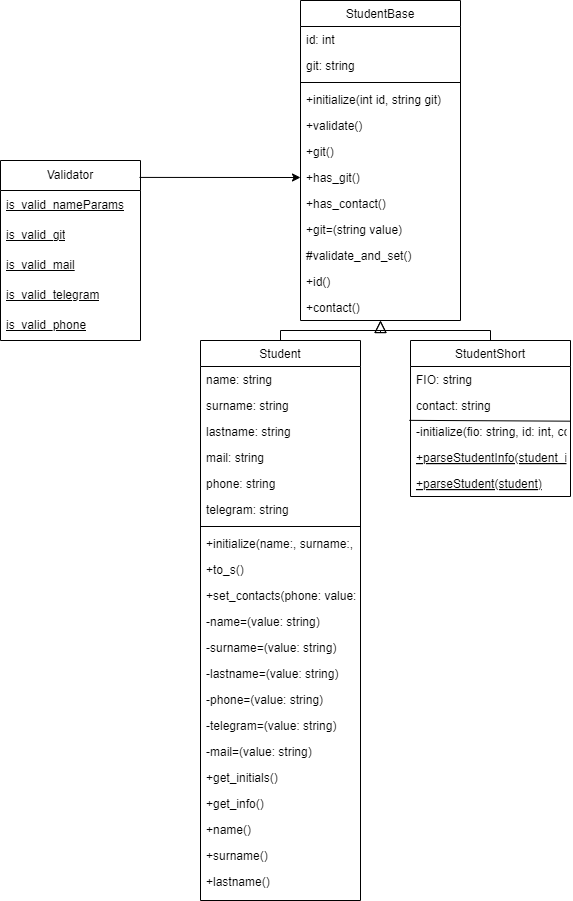
This is classDiagramm.png from MxVndI/Design-Patterns, a draw.io export, as it was before one commit. Source tidied: cells renumbered, new cells last; positions are measured from the earlier drawing's top-left corner, leaving out a move shared by most shapes.
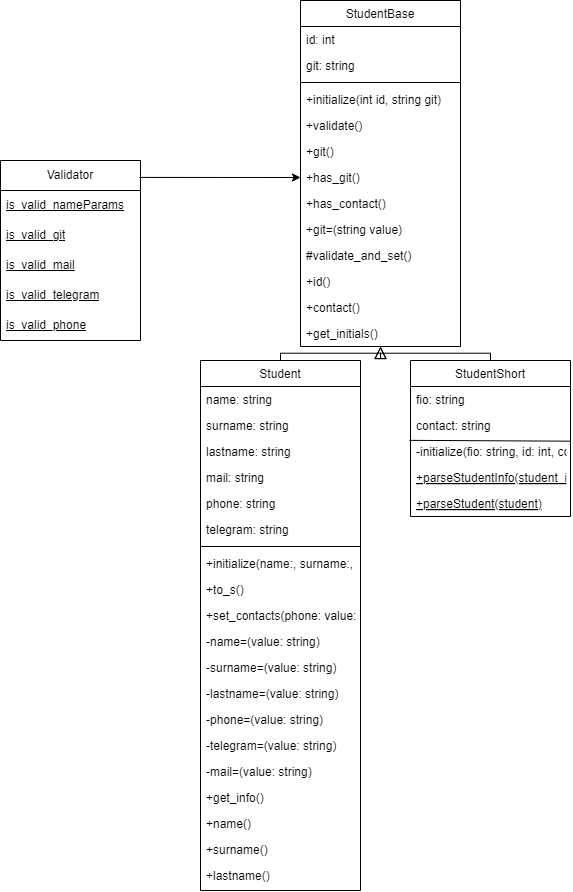
The same diagram one commit later.

Commit message:
lab 2 task11 upd diagramm

Change to the diagram source:
```diff
@@ -3,7 +3,7 @@
     <mxCell id="0" />
     <mxCell id="1" parent="0" />
     <mxCell id="2" value="StudentBase" style="swimlane;fontStyle=0;align=center;verticalAlign=top;horizontal=1;startSize=26;rounded=0;shadow=0;strokeWidth=1;" parent="1" vertex="1">
-      <mxGeometry x="300" width="160" height="320" as="geometry" />
+      <mxGeometry x="300" y="-20" width="160" height="346" as="geometry" />
     </mxCell>
     <mxCell id="3" value="id: int&#10;" style="text;align=left;verticalAlign=top;spacingLeft=4;spacingRight=4;overflow=hidden;" parent="2" vertex="1">
       <mxGeometry y="26" width="160" height="26" as="geometry" />
@@ -41,8 +41,11 @@
     <mxCell id="14" value="+contact()" style="text;align=left;verticalAlign=top;spacingLeft=4;spacingRight=4;overflow=hidden;" parent="2" vertex="1">
       <mxGeometry y="294" width="160" height="26" as="geometry" />
     </mxCell>
+    <mxCell id="32" value="+get_initials()" style="text;align=left;verticalAlign=top;spacingLeft=4;spacingRight=4;overflow=hidden;" parent="2" vertex="1">
+      <mxGeometry y="320" width="160" height="26" as="geometry" />
+    </mxCell>
     <mxCell id="15" value="Student" style="swimlane;fontStyle=0;align=center;verticalAlign=top;horizontal=1;startSize=26;rounded=0;shadow=0;strokeWidth=1;" parent="1" vertex="1">
-      <mxGeometry x="200" y="340" width="160" height="560" as="geometry" />
+      <mxGeometry x="200" y="340" width="160" height="530" as="geometry" />
     </mxCell>
     <mxCell id="16" value="name: string" style="text;align=left;verticalAlign=top;spacingLeft=4;spacingRight=4;overflow=hidden;" parent="15" vertex="1">
       <mxGeometry y="26" width="160" height="26" as="geometry" />
@@ -92,20 +95,17 @@
     <mxCell id="31" value="-mail=(value: string)" style="text;align=left;verticalAlign=top;spacingLeft=4;spacingRight=4;overflow=hidden;" parent="15" vertex="1">
       <mxGeometry y="398" width="160" height="26" as="geometry" />
     </mxCell>
-    <mxCell id="32" value="+get_initials()" style="text;align=left;verticalAlign=top;spacingLeft=4;spacingRight=4;overflow=hidden;" parent="15" vertex="1">
-      <mxGeometry y="424" width="160" height="26" as="geometry" />
-    </mxCell>
     <mxCell id="33" value="+get_info()" style="text;align=left;verticalAlign=top;spacingLeft=4;spacingRight=4;overflow=hidden;" parent="15" vertex="1">
-      <mxGeometry y="450" width="160" height="26" as="geometry" />
+      <mxGeometry y="424" width="160" height="26" as="geometry" />
     </mxCell>
     <mxCell id="34" value="+name()" style="text;align=left;verticalAlign=top;spacingLeft=4;spacingRight=4;overflow=hidden;" parent="15" vertex="1">
-      <mxGeometry y="476" width="160" height="26" as="geometry" />
+      <mxGeometry y="450" width="160" height="26" as="geometry" />
     </mxCell>
     <mxCell id="35" value="+surname()" style="text;align=left;verticalAlign=top;spacingLeft=4;spacingRight=4;overflow=hidden;" parent="15" vertex="1">
-      <mxGeometry y="502" width="160" height="26" as="geometry" />
+      <mxGeometry y="476" width="160" height="26" as="geometry" />
     </mxCell>
     <mxCell id="36" value="+lastname()" style="text;align=left;verticalAlign=top;spacingLeft=4;spacingRight=4;overflow=hidden;" parent="15" vertex="1">
-      <mxGeometry y="528" width="160" height="26" as="geometry" />
+      <mxGeometry y="502" width="160" height="26" as="geometry" />
     </mxCell>
     <mxCell id="37" style="endArrow=block;endSize=10;endFill=0;shadow=0;strokeWidth=1;rounded=0;curved=0;edgeStyle=elbowEdgeStyle;elbow=vertical;" parent="1" edge="1" source="15" target="2">
       <mxGeometry relative="1" as="geometry" />
@@ -113,7 +113,7 @@
     <mxCell id="38" value="StudentShort" style="swimlane;fontStyle=0;align=center;verticalAlign=top;horizontal=1;startSize=26;rounded=0;shadow=0;strokeWidth=1;" parent="1" vertex="1">
       <mxGeometry x="410" y="340" width="160" height="156" as="geometry" />
     </mxCell>
-    <mxCell id="39" value="FIO: string" style="text;align=left;verticalAlign=top;spacingLeft=4;spacingRight=4;overflow=hidden;" parent="38" vertex="1">
+    <mxCell id="39" value="fio: string" style="text;align=left;verticalAlign=top;spacingLeft=4;spacingRight=4;overflow=hidden;" parent="38" vertex="1">
       <mxGeometry y="26" width="160" height="26" as="geometry" />
     </mxCell>
     <mxCell id="40" value="contact: string" style="text;align=left;verticalAlign=top;spacingLeft=4;spacingRight=4;overflow=hidden;" parent="38" vertex="1">
@@ -135,7 +135,7 @@
       <mxGeometry relative="1" as="geometry" />
     </mxCell>
     <mxCell id="46" value="Validator" style="swimlane;fontStyle=0;horizontal=1;startSize=30;whiteSpace=wrap;html=1;" parent="1" vertex="1">
-      <mxGeometry y="160" width="140" height="180" as="geometry" />
+      <mxGeometry y="140" width="140" height="180" as="geometry" />
     </mxCell>
     <mxCell id="47" value="is_valid_nameParams" style="text;strokeColor=none;fillColor=none;align=left;verticalAlign=middle;spacingLeft=4;spacingRight=4;overflow=hidden;whiteSpace=wrap;html=1;fontStyle=4;" parent="46" vertex="1">
       <mxGeometry y="30" width="140" height="30" as="geometry" />
```
